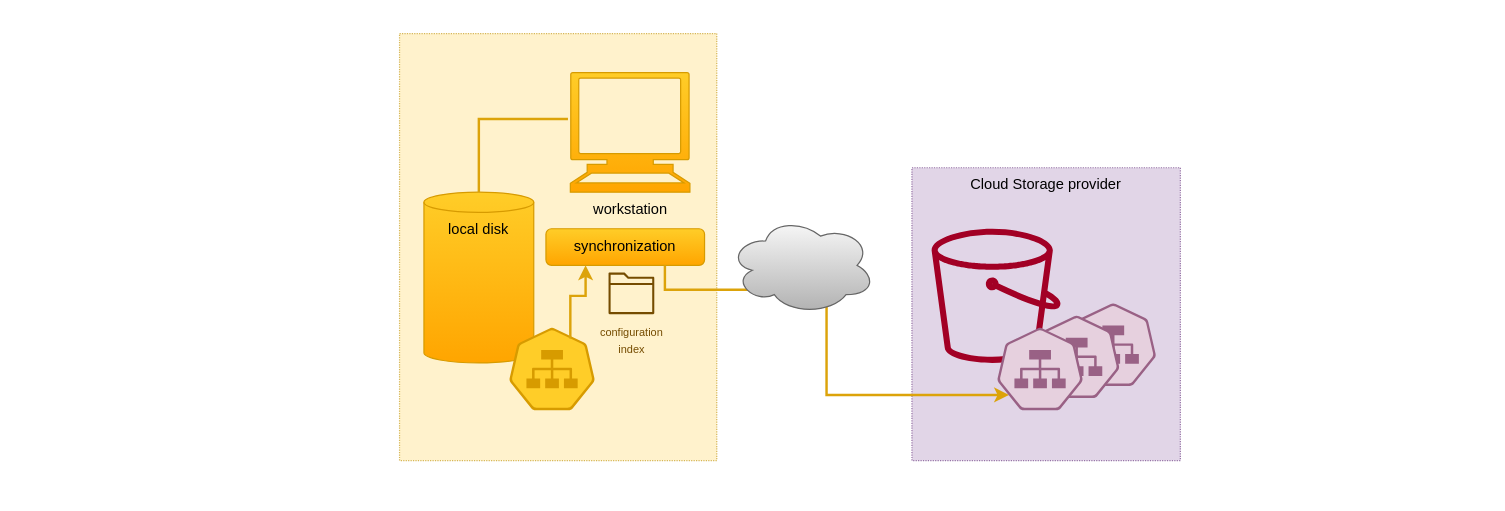
Earlier version of the draw.io diagram page "parallel-obs" (2 of 6) of blog/data/assets/images/cabri-tech-ovw/diagrams.drawio (t-beigbeder/otvl_blog). Source tidied: cells renumbered, new cells numbered last; positions are measured from the earlier drawing's top-left corner, leaving out a move shared by most shapes. Both pictures are drawn from the tidied source at 122%, with x=0, y=0 at pixel (21, 21).
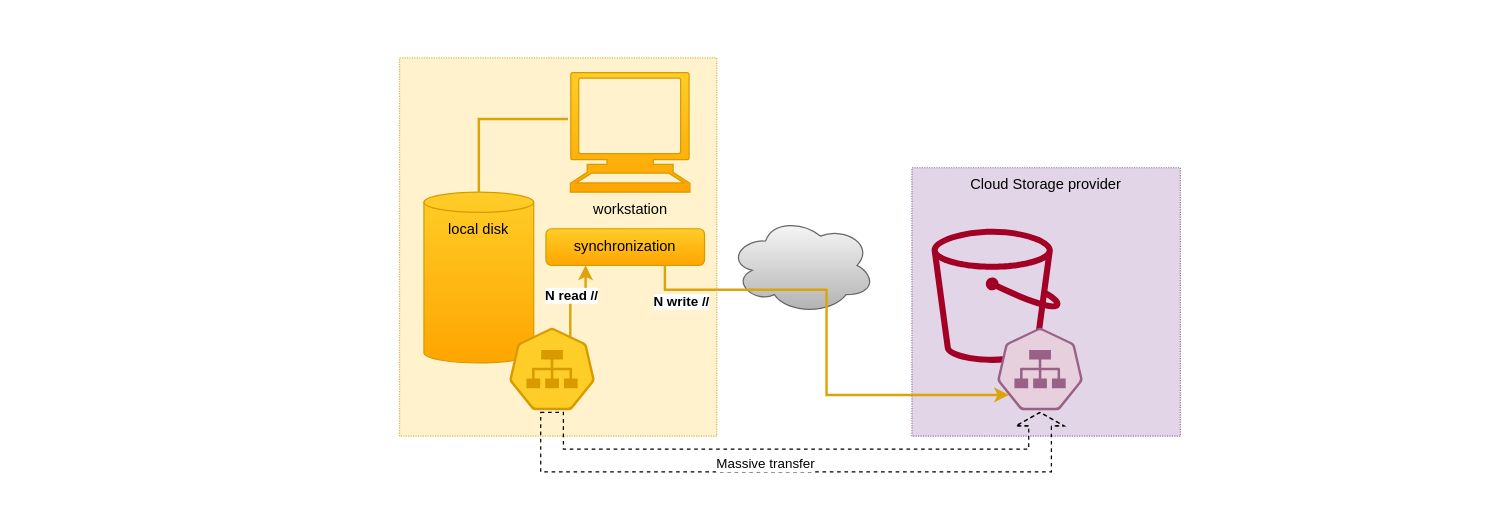
The same page after the edit.

Unchanged cells that the change refers to:
```xml
<mxCell id="7" style="sketch=0;html=1;dashed=0;whitespace=wrap;fillColor=#ffcd28;strokeColor=#d79b00;points=[[0.005,0.63,0],[0.1,0.2,0],[0.9,0.2,0],[0.5,0,0],[0.995,0.63,0],[0.72,0.99,0],[0.5,1,0],[0.28,0.99,0]];verticalLabelPosition=bottom;align=center;verticalAlign=top;shape=mxgraph.kubernetes.icon;prIcon=svc;gradientColor=#ffa500;" parent="1" vertex="1">
  <mxGeometry x="400" y="250" width="70" height="70" as="geometry" />
</mxCell>
<mxCell id="9" value="synchronization" style="rounded=1;whiteSpace=wrap;html=1;fillColor=#ffcd28;gradientColor=#ffa500;strokeColor=#d79b00;" parent="1" vertex="1">
  <mxGeometry x="430" y="170" width="130" height="30" as="geometry" />
</mxCell>
<mxCell id="16" style="sketch=0;html=1;dashed=0;whitespace=wrap;fillColor=#e6d0de;strokeColor=#996185;points=[[0.005,0.63,0],[0.1,0.2,0],[0.9,0.2,0],[0.5,0,0],[0.995,0.63,0],[0.72,0.99,0],[0.5,1,0],[0.28,0.99,0]];verticalLabelPosition=bottom;align=center;verticalAlign=top;shape=mxgraph.kubernetes.icon;prIcon=svc;gradientColor=#d5739d;" parent="1" vertex="1">
  <mxGeometry x="800" y="250" width="70" height="70" as="geometry" />
</mxCell>
```

Change to the diagram source:
```diff
@@
     <mxCell id="2" style="rounded=0;whiteSpace=wrap;html=1;fillColor=none;strokeColor=none;" parent="1" vertex="1">
-      <mxGeometry width="1200" height="370" as="geometry" />
+      <mxGeometry y="15" width="1200" height="370" as="geometry" />
     </mxCell>
+    <mxCell id="13" style="ellipse;shape=cloud;whiteSpace=wrap;html=1;fillColor=#f5f5f5;strokeColor=#666666;gradientColor=#b3b3b3;" parent="1" vertex="1">
+      <mxGeometry x="580" y="160" width="120" height="80" as="geometry" />
+    </mxCell>
     <mxCell id="3" value="Cloud Storage provider" style="rounded=0;whiteSpace=wrap;html=1;dashed=1;dashPattern=1 1;fillColor=#e1d5e7;strokeColor=#9673a6;verticalAlign=top;" parent="1" vertex="1">
-      <mxGeometry x="730" y="120" width="220" height="240" as="geometry" />
+      <mxGeometry x="730" y="120" width="220" height="220" as="geometry" />
     </mxCell>
     <mxCell id="4" style="rounded=0;whiteSpace=wrap;html=1;dashed=1;dashPattern=1 1;fillColor=#fff2cc;strokeColor=#d6b656;" parent="1" vertex="1">
-      <mxGeometry x="310" y="10" width="260" height="350" as="geometry" />
+      <mxGeometry x="310" y="30" width="260" height="310" as="geometry" />
     </mxCell>
@@
-    <mxCell id="10" style="endArrow=classic;html=1;rounded=0;exitX=0.714;exitY=0.143;exitDx=0;exitDy=0;exitPerimeter=0;entryX=0.25;entryY=1;entryDx=0;entryDy=0;strokeColor=#dca30a;strokeWidth=2;endFill=1;edgeStyle=orthogonalEdgeStyle;" parent="1" edge="1" source="7" target="9">
+    <mxCell id="10" value="&lt;b style=&quot;border-color: var(--border-color); color: rgb(0, 0, 0); font-family: Helvetica; font-size: 11px; font-style: normal; font-variant-ligatures: normal; font-variant-caps: normal; letter-spacing: normal; orphans: 2; text-align: center; text-indent: 0px; text-transform: none; widows: 2; word-spacing: 0px; -webkit-text-stroke-width: 0px; background-color: rgb(255, 255, 255); text-decoration-thickness: initial; text-decoration-style: initial; text-decoration-color: initial;&quot;&gt;N read //&lt;/b&gt;" style="endArrow=classic;html=1;rounded=0;exitX=0.714;exitY=0.143;exitDx=0;exitDy=0;exitPerimeter=0;entryX=0.25;entryY=1;entryDx=0;entryDy=0;strokeColor=#dca30a;strokeWidth=2;endFill=1;edgeStyle=orthogonalEdgeStyle;" parent="1" edge="1" source="7" target="9">
       <mxGeometry relative="1" as="geometry" />
     </mxCell>
-    <mxCell id="11" style="endArrow=classic;html=1;rounded=0;exitX=0.75;exitY=1;exitDx=0;exitDy=0;entryX=0.137;entryY=0.803;entryDx=0;entryDy=0;entryPerimeter=0;strokeColor=#dca30a;strokeWidth=2;endFill=1;edgeStyle=orthogonalEdgeStyle;" parent="1" edge="1" source="9" target="16">
-      <mxGeometry relative="1" as="geometry">
+    <mxCell id="11" value="&lt;b style=&quot;border-color: var(--border-color); color: rgb(0, 0, 0); font-family: Helvetica; font-size: 11px; font-style: normal; font-variant-ligatures: normal; font-variant-caps: normal; letter-spacing: normal; orphans: 2; text-align: center; text-indent: 0px; text-transform: none; widows: 2; word-spacing: 0px; -webkit-text-stroke-width: 0px; text-decoration-thickness: initial; text-decoration-style: initial; text-decoration-color: initial;&quot;&gt;N write //&lt;/b&gt;" style="endArrow=classic;html=1;rounded=0;exitX=0.75;exitY=1;exitDx=0;exitDy=0;entryX=0.137;entryY=0.803;entryDx=0;entryDy=0;entryPerimeter=0;strokeColor=#dca30a;strokeWidth=2;endFill=1;edgeStyle=orthogonalEdgeStyle;" parent="1" edge="1" source="9" target="16">
+      <mxGeometry x="-0.83" y="-10" relative="1" as="geometry">
         <Array as="points">
           <mxPoint x="528" y="220" />
           <mxPoint x="660" y="220" />
           <mxPoint x="660" y="306" />
         </Array>
       </mxGeometry>
     </mxCell>
@@
-    <mxCell id="13" style="ellipse;shape=cloud;whiteSpace=wrap;html=1;fillColor=#f5f5f5;strokeColor=#666666;gradientColor=#b3b3b3;" parent="1" vertex="1">
-      <mxGeometry x="580" y="160" width="120" height="80" as="geometry" />
-    </mxCell>
-    <mxCell id="14" style="sketch=0;html=1;dashed=0;whitespace=wrap;fillColor=#e6d0de;strokeColor=#996185;verticalLabelPosition=bottom;align=center;verticalAlign=top;shape=mxgraph.kubernetes.icon;prIcon=svc;gradientColor=#d5739d;" parent="1" vertex="1">
-      <mxGeometry x="860" y="230" width="70" height="70" as="geometry" />
-    </mxCell>
-    <mxCell id="15" style="sketch=0;html=1;dashed=0;whitespace=wrap;fillColor=#e6d0de;strokeColor=#996185;verticalLabelPosition=bottom;align=center;verticalAlign=top;shape=mxgraph.kubernetes.icon;prIcon=svc;gradientColor=#d5739d;" parent="1" vertex="1">
-      <mxGeometry x="830" y="240" width="70" height="70" as="geometry" />
-    </mxCell>
@@
-    <mxCell id="17" value="&lt;font style=&quot;font-size: 9px;&quot; color=&quot;#754c00&quot;&gt;configuration&lt;br&gt;index&lt;/font&gt;" style="sketch=0;fillColor=#754C00;strokeColor=#3700CC;dashed=0;verticalLabelPosition=bottom;verticalAlign=top;align=center;html=1;fontSize=12;fontStyle=0;shape=mxgraph.aws4.folder;strokeWidth=4;fontColor=#ffffff;" parent="1" vertex="1">
-      <mxGeometry x="481.3" y="205.9" width="37.5" height="34.1" as="geometry" />
-    </mxCell>
+    <mxCell id="18" style="endArrow=classic;html=1;rounded=0;exitX=0.5;exitY=1;exitDx=0;exitDy=0;exitPerimeter=0;entryX=0.5;entryY=1;entryDx=0;entryDy=0;entryPerimeter=0;edgeStyle=orthogonalEdgeStyle;shape=flexArrow;labelBackgroundColor=none;dashed=1;endSize=3.3809523809523805;width=18.57142857142857;" parent="1" edge="1" source="7" target="16">
+      <mxGeometry relative="1" as="geometry">
+        <Array as="points">
+          <mxPoint x="435" y="360" />
+          <mxPoint x="835" y="360" />
+        </Array>
+      </mxGeometry>
+    </mxCell>
+    <mxCell id="19" value="Massive transfer" style="edgeLabel;html=1;align=center;verticalAlign=middle;" parent="18" vertex="1">
+      <mxGeometry x="-0.11" y="-2" relative="1" as="geometry" />
+    </mxCell>
```
